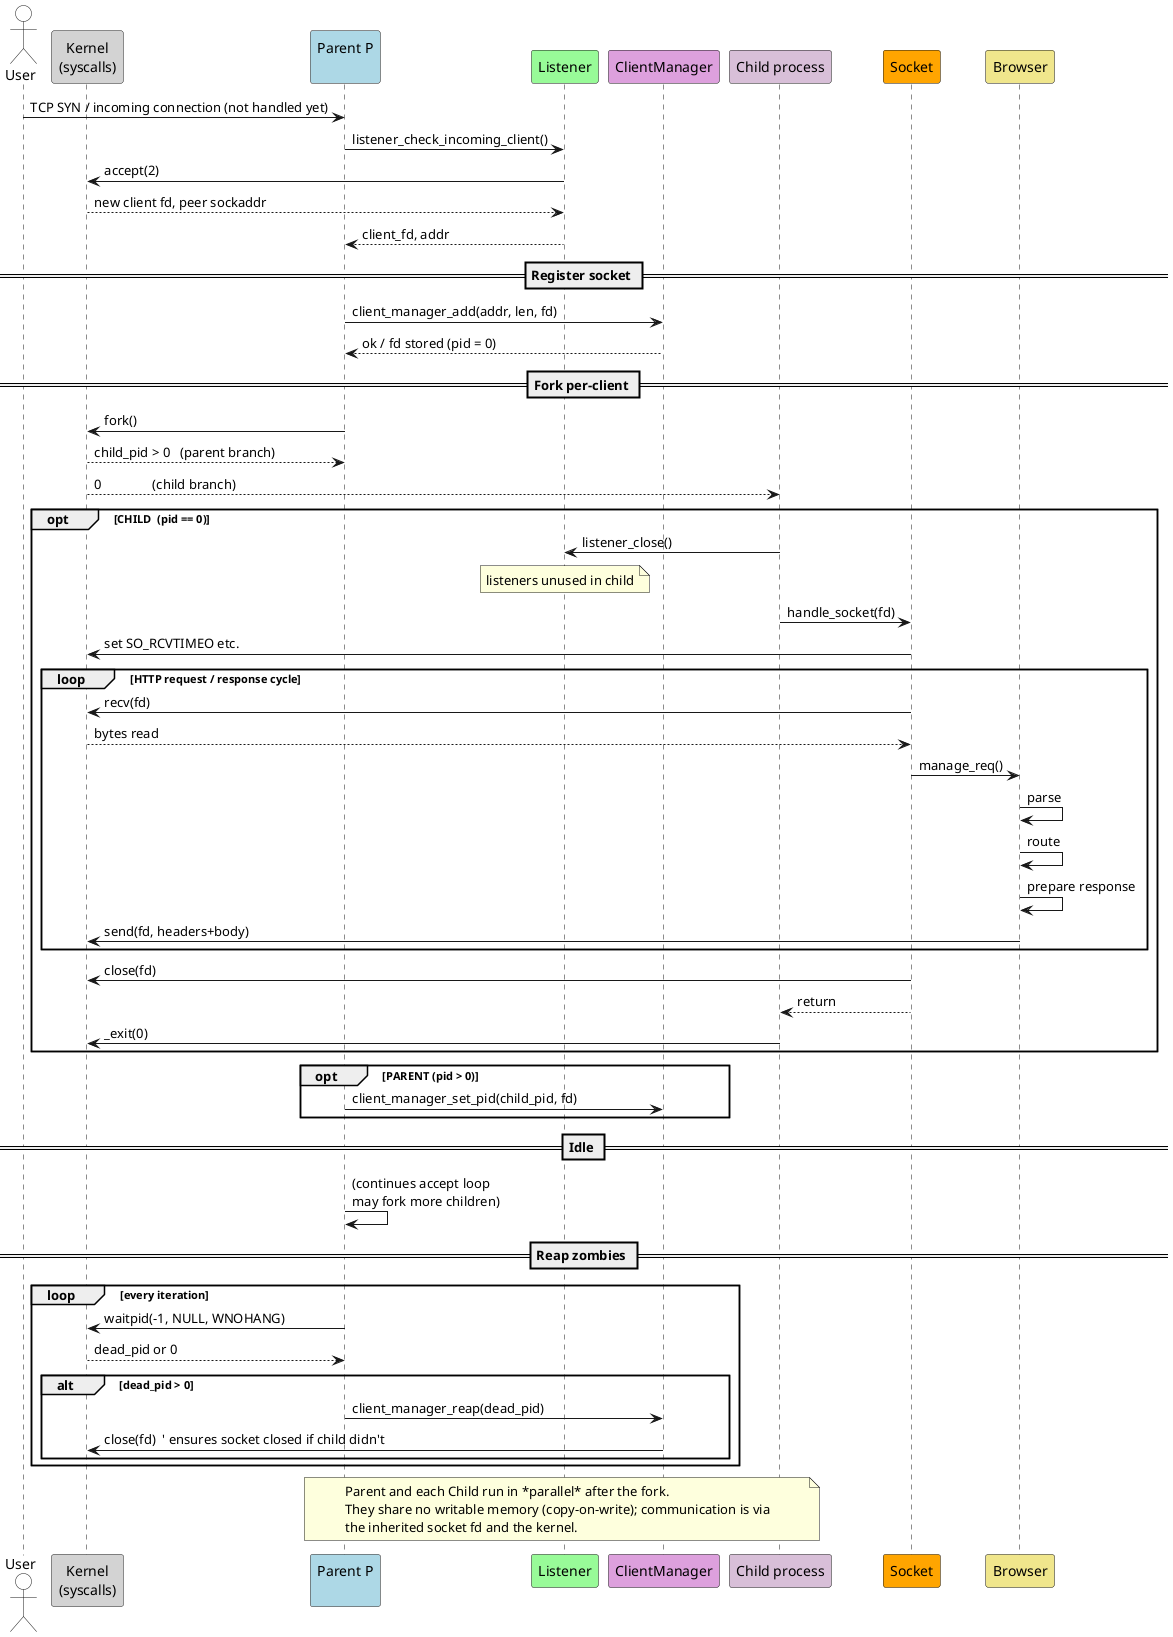
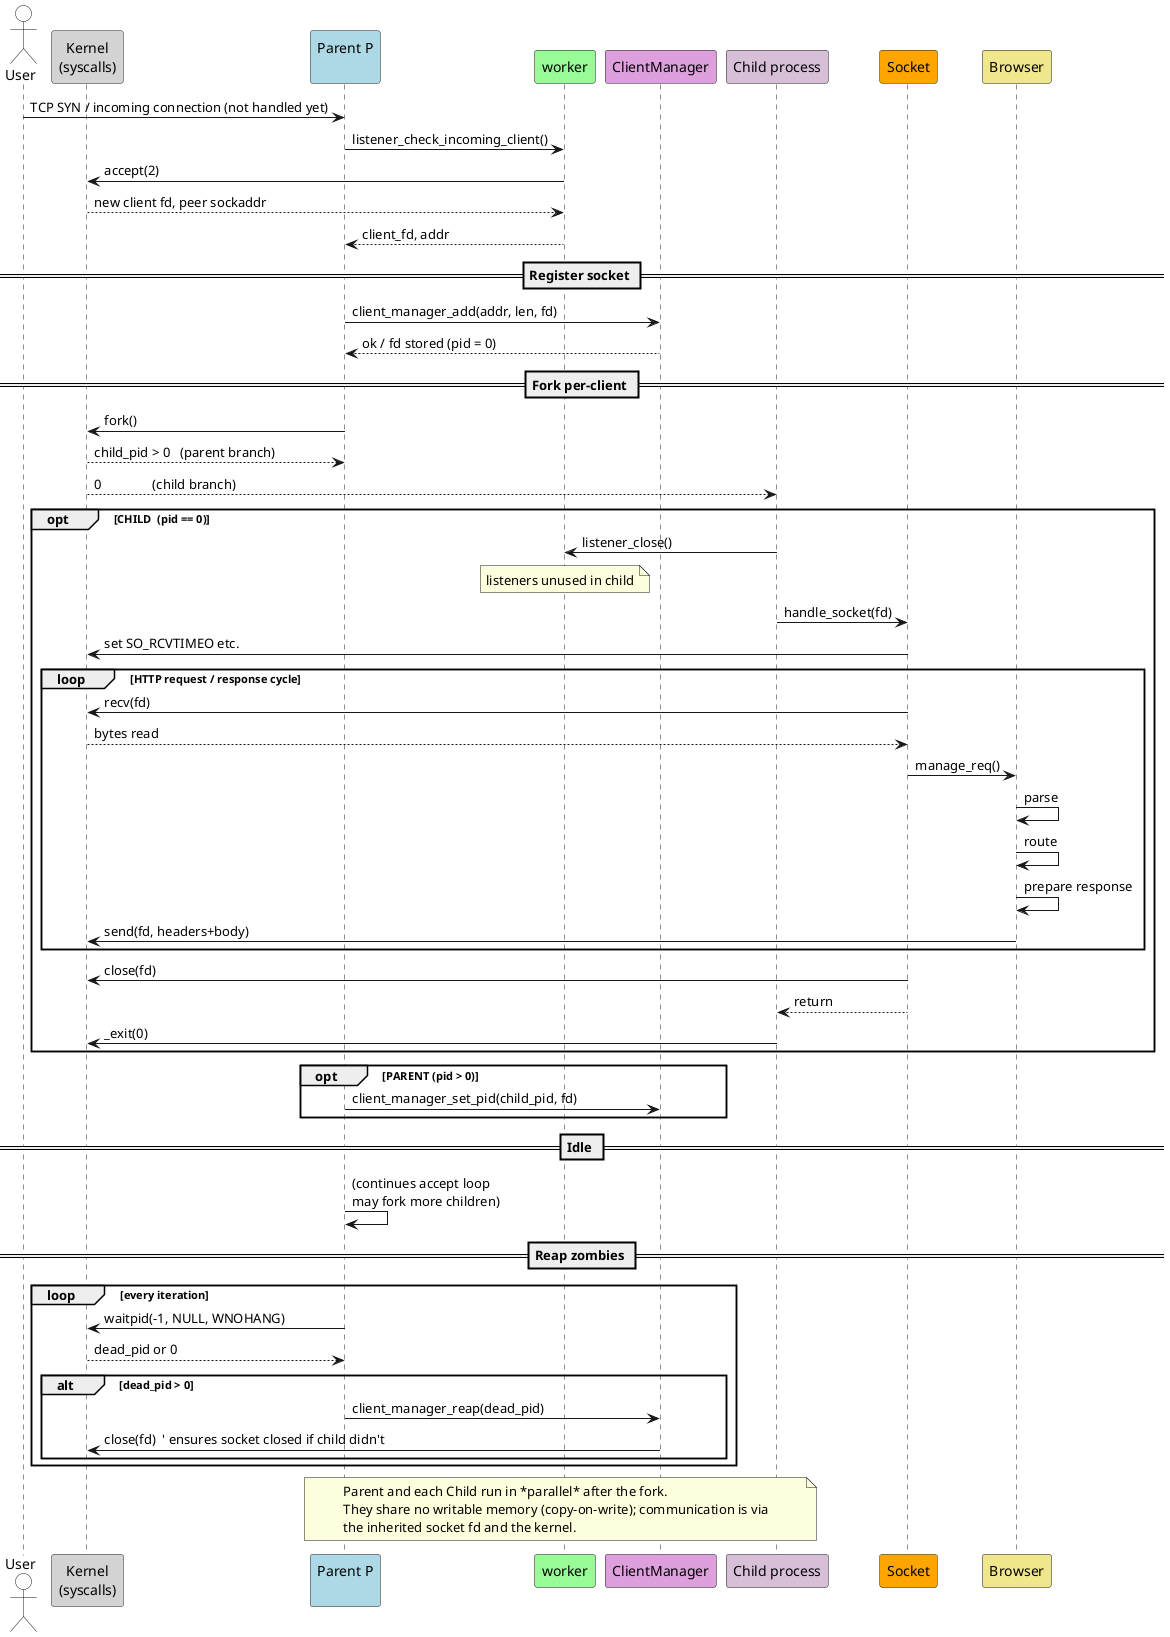
@startuml
'=====================================================================
'title Client‑connection life‑cycle – accept → fork → handle → reap
'=====================================================================

' Participants --------------------------------------------------------
actor        User                    #white
participant  "Kernel\n(syscalls)"   as Kernel  #lightgrey
participant  "Parent P\n"           as Parent  #lightblue
- participant  "Listener"             #palegreen
+ participant  "worker"             #palegreen
participant  "ClientManager"        as CM      #plum
participant  "Child process"        as Child   #thistle
participant  "Socket"               as Socket  #orange
participant  "Browser"              as Browser  #khaki

User -> Parent  : TCP SYN / incoming connection (not handled yet)
- Parent -> Listener : listener_check_incoming_client()
- Listener -> Kernel : accept(2)
- Kernel  --> Listener : new client fd, peer sockaddr
- Listener --> Parent  : client_fd, addr
+ Parent -> worker : listener_check_incoming_client()
+ worker -> Kernel : accept(2)
+ Kernel  --> worker : new client fd, peer sockaddr
+ worker --> Parent  : client_fd, addr

== Register socket ==
Parent -> CM : client_manager_add(addr, len, fd)
CM --> Parent : ok / fd stored (pid = 0)

== Fork per‑client ==
Parent -> Kernel : fork()
Kernel --> Parent : child_pid > 0   (parent branch)
Kernel --> Child  : 0               (child branch)

opt CHILD  (pid == 0)
-     Child -> Listener : listener_close()
-     note over Listener
+     Child -> worker : listener_close()
+     note over worker
        listeners unused in child
    end note
    Child -> Socket  : handle_socket(fd)
    Socket -> Kernel : set SO_RCVTIMEO etc.

    loop HTTP request / response cycle
        Socket -> Kernel : recv(fd)
        Kernel  --> Socket : bytes read
        Socket -> Browser : manage_req()
        Browser -> Browser : parse
        Browser -> Browser : route
        Browser -> Browser : prepare response
        Browser -> Kernel  : send(fd, headers+body)
    end

    Socket -> Kernel : close(fd)
    Socket --> Child : return
    Child  -> Kernel : _exit(0)
end opt

opt PARENT (pid > 0)
    Parent -> CM : client_manager_set_pid(child_pid, fd)
end opt

== Idle ==
Parent -> Parent : (continues accept loop\nmay fork more children)

== Reap zombies ==
loop every iteration
    Parent -> Kernel : waitpid(-1, NULL, WNOHANG)
    Kernel --> Parent : dead_pid or 0
    alt dead_pid > 0
        Parent -> CM : client_manager_reap(dead_pid)
        CM -> Kernel : close(fd)  ' ensures socket closed if child didn't
    end alt
end loop

note over Parent,Child
    Parent and each Child run in *parallel* after the fork.
    They share no writable memory (copy‑on‑write); communication is via
    the inherited socket fd and the kernel.
end note

@enduml
